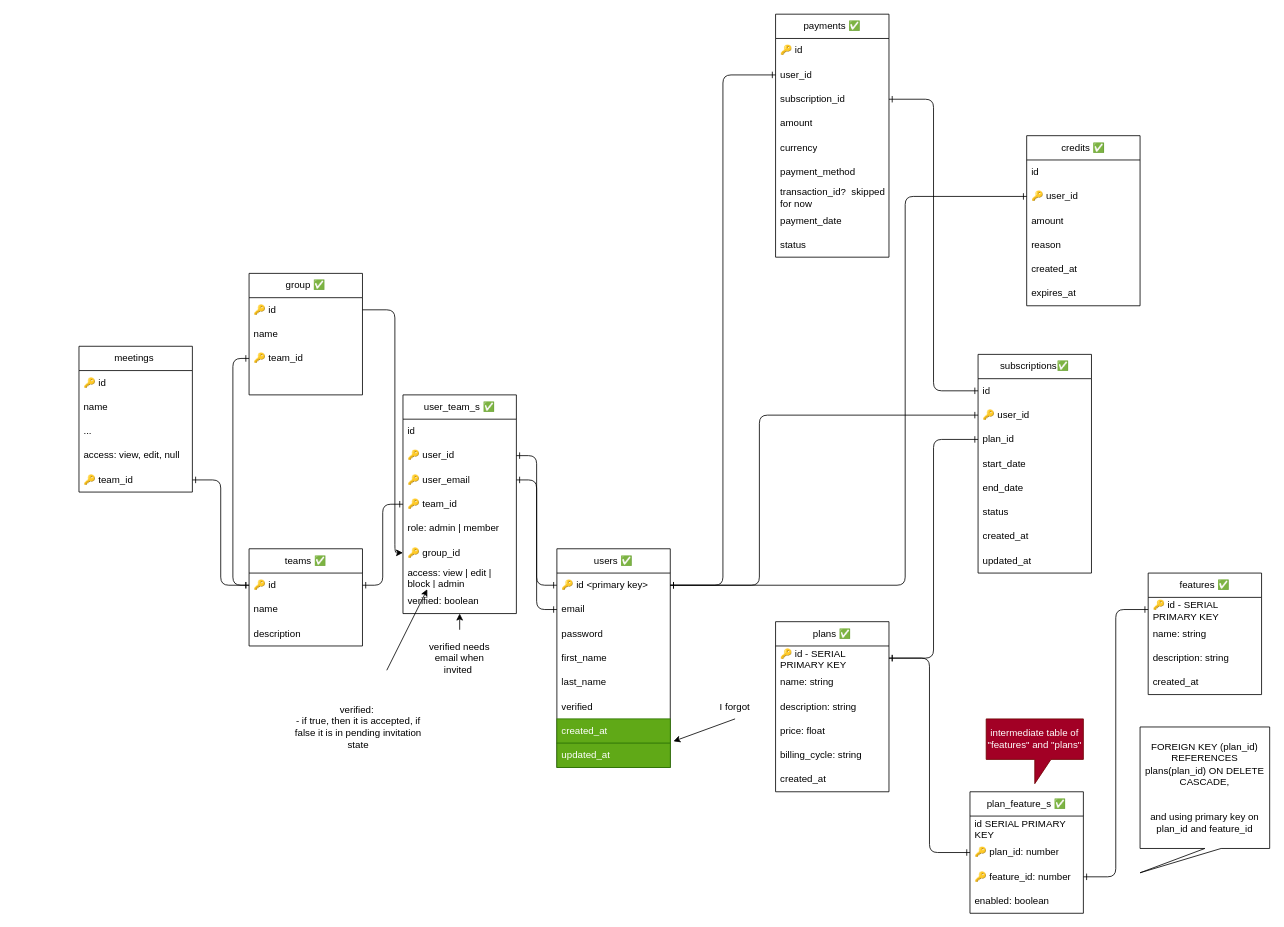
Earlier version of the draw.io diagram page "database design" (1 of 6) of sketch.drawio (danirisdiandita/Startup-Monorepo-Template). Source tidied: cells renumbered, new cells numbered last; positions are measured from the earlier drawing's top-left corner, leaving out a move shared by most shapes. Both pictures are drawn from the tidied source at 81%, with x=0, y=0 at pixel (79, 14).
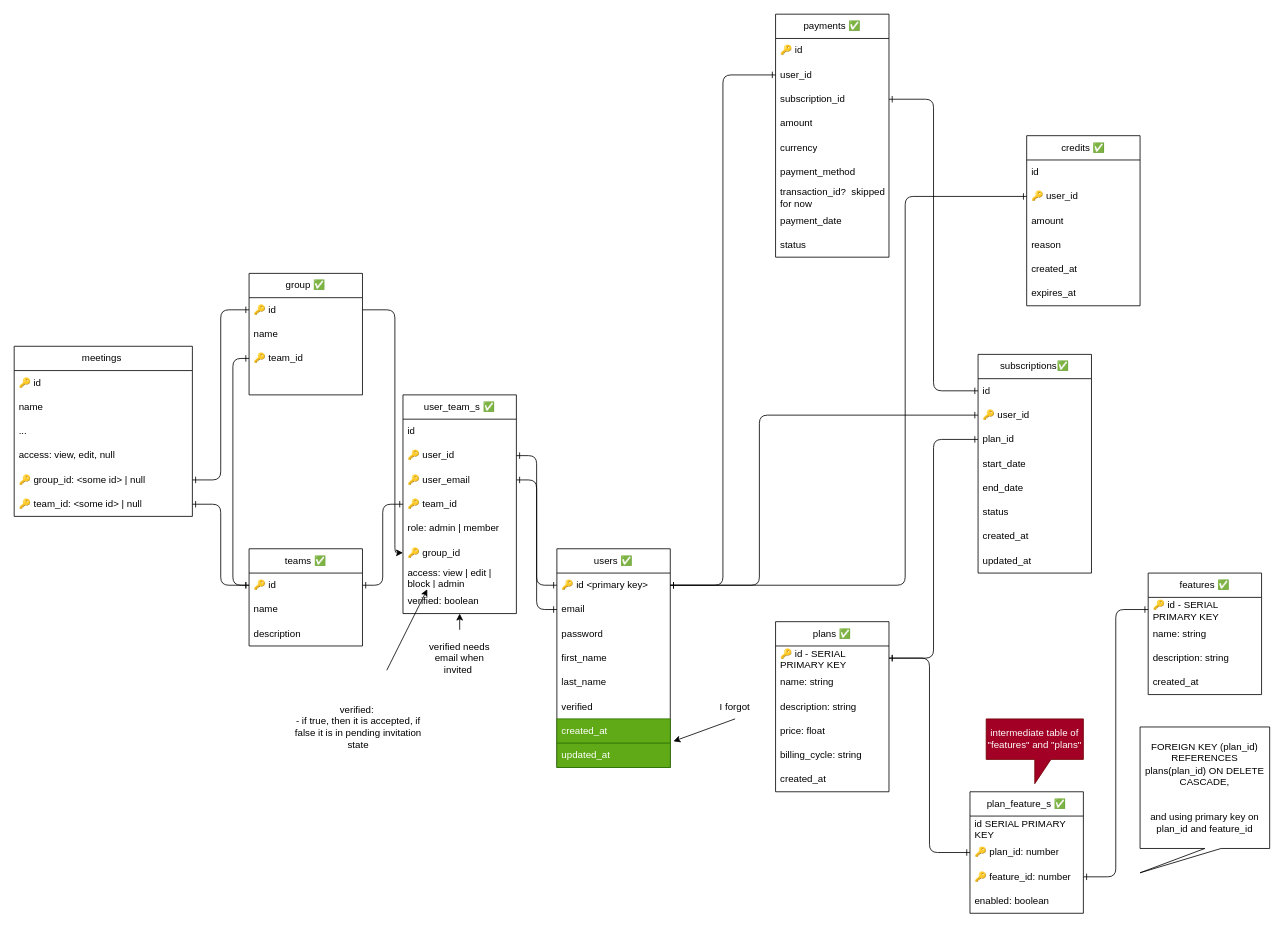
After the change.

Unchanged cells that the change refers to:
```xml
<mxCell id="93" value="🔑 id" style="text;strokeColor=none;fillColor=none;align=left;verticalAlign=middle;spacingLeft=4;spacingRight=4;overflow=hidden;points=[[0,0.5],[1,0.5]];portConstraint=eastwest;whiteSpace=wrap;html=1;" parent="92" vertex="1">
  <mxGeometry y="30" width="140" height="30" as="geometry" />
</mxCell>
```

Diff of the diagram source:
```diff
@@
     <mxCell id="85" value="meetings&amp;nbsp;" style="swimlane;fontStyle=0;horizontal=1;startSize=30;whiteSpace=wrap;html=1;" parent="1" vertex="1">
-      <mxGeometry y="410" width="140" height="180" as="geometry" />
+      <mxGeometry x="-80" y="410" width="220" height="210" as="geometry" />
     </mxCell>
     <mxCell id="86" value="🔑 id" style="text;strokeColor=none;fillColor=none;align=left;verticalAlign=middle;spacingLeft=4;spacingRight=4;overflow=hidden;whiteSpace=wrap;html=1;" parent="85" vertex="1">
-      <mxGeometry y="30" width="140" height="30" as="geometry" />
+      <mxGeometry y="30" width="220" height="30" as="geometry" />
     </mxCell>
     <mxCell id="87" value="name" style="text;strokeColor=none;fillColor=none;align=left;verticalAlign=middle;spacingLeft=4;spacingRight=4;overflow=hidden;whiteSpace=wrap;html=1;" parent="85" vertex="1">
-      <mxGeometry y="60" width="140" height="30" as="geometry" />
+      <mxGeometry y="60" width="220" height="30" as="geometry" />
     </mxCell>
     <mxCell id="88" value="..." style="text;strokeColor=none;fillColor=none;align=left;verticalAlign=middle;spacingLeft=4;spacingRight=4;overflow=hidden;whiteSpace=wrap;html=1;" parent="85" vertex="1">
-      <mxGeometry y="90" width="140" height="30" as="geometry" />
+      <mxGeometry y="90" width="220" height="30" as="geometry" />
     </mxCell>
     <mxCell id="89" value="access: view, edit, null" style="text;strokeColor=none;fillColor=none;align=left;verticalAlign=middle;spacingLeft=4;spacingRight=4;overflow=hidden;whiteSpace=wrap;html=1;" parent="85" vertex="1">
-      <mxGeometry y="120" width="140" height="30" as="geometry" />
+      <mxGeometry y="120" width="220" height="30" as="geometry" />
     </mxCell>
+    <mxCell id="99" value="🔑 group_id: &amp;lt;some id&amp;gt; | null&amp;nbsp;" style="text;strokeColor=none;fillColor=none;align=left;verticalAlign=middle;spacingLeft=4;spacingRight=4;overflow=hidden;points=[[0,0.5],[1,0.5]];portConstraint=eastwest;whiteSpace=wrap;html=1;" parent="85" vertex="1">
+      <mxGeometry y="150" width="220" height="30" as="geometry" />
+    </mxCell>
-    <mxCell id="90" value="🔑 team_id" style="text;strokeColor=none;fillColor=none;align=left;verticalAlign=middle;spacingLeft=4;spacingRight=4;overflow=hidden;points=[[0,0.5],[1,0.5]];portConstraint=eastwest;whiteSpace=wrap;html=1;" parent="85" vertex="1">
-      <mxGeometry y="150" width="140" height="30" as="geometry" />
+    <mxCell id="90" value="🔑 team_id: &amp;lt;some id&amp;gt; | null" style="text;strokeColor=none;fillColor=none;align=left;verticalAlign=middle;spacingLeft=4;spacingRight=4;overflow=hidden;points=[[0,0.5],[1,0.5]];portConstraint=eastwest;whiteSpace=wrap;html=1;" parent="85" vertex="1">
+      <mxGeometry y="180" width="220" height="30" as="geometry" />
     </mxCell>
@@
+    <mxCell id="100" style="edgeStyle=orthogonalEdgeStyle;rounded=1;jettySize=auto;html=1;exitX=1;exitY=0.5;exitDx=0;exitDy=0;entryX=0;entryY=0.5;entryDx=0;entryDy=0;startArrow=ERone;startFill=0;endArrow=ERone;endFill=0;" parent="1" edge="1" source="99" target="93">
+      <mxGeometry relative="1" as="geometry" />
+    </mxCell>
```
